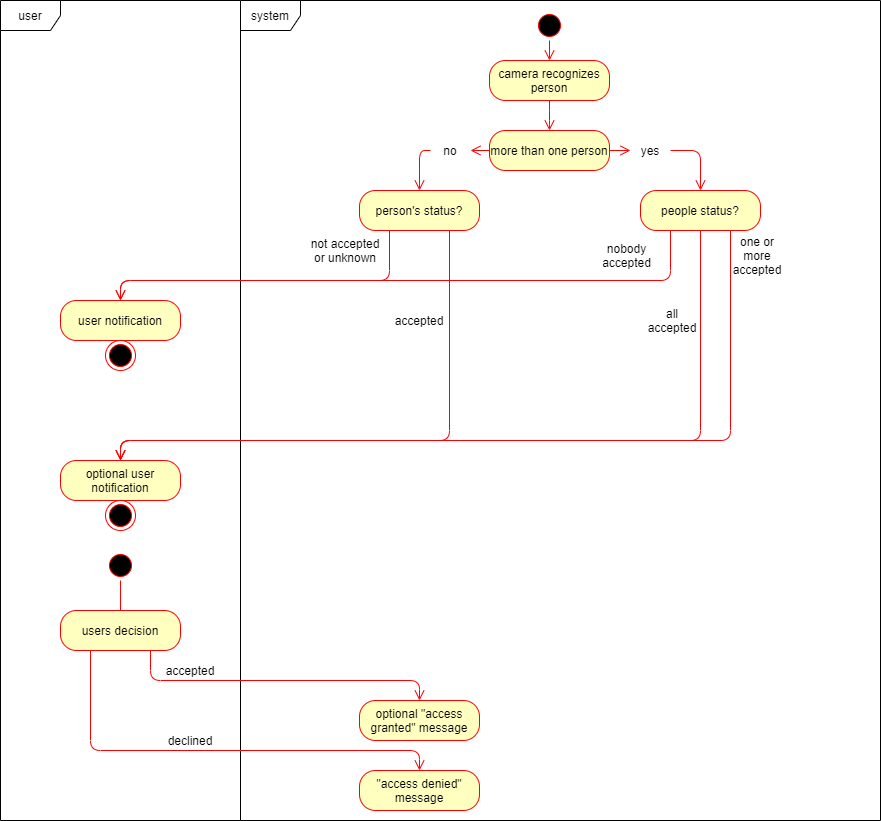
Earlier version of the draw.io export GuestVisitsActivityDiagram.png (mymanu/Camera-Observation-Tool-Documentation). Source tidied: cells renumbered, new cells last; positions are measured from the earlier drawing's top-left corner, leaving out a move shared by most shapes.
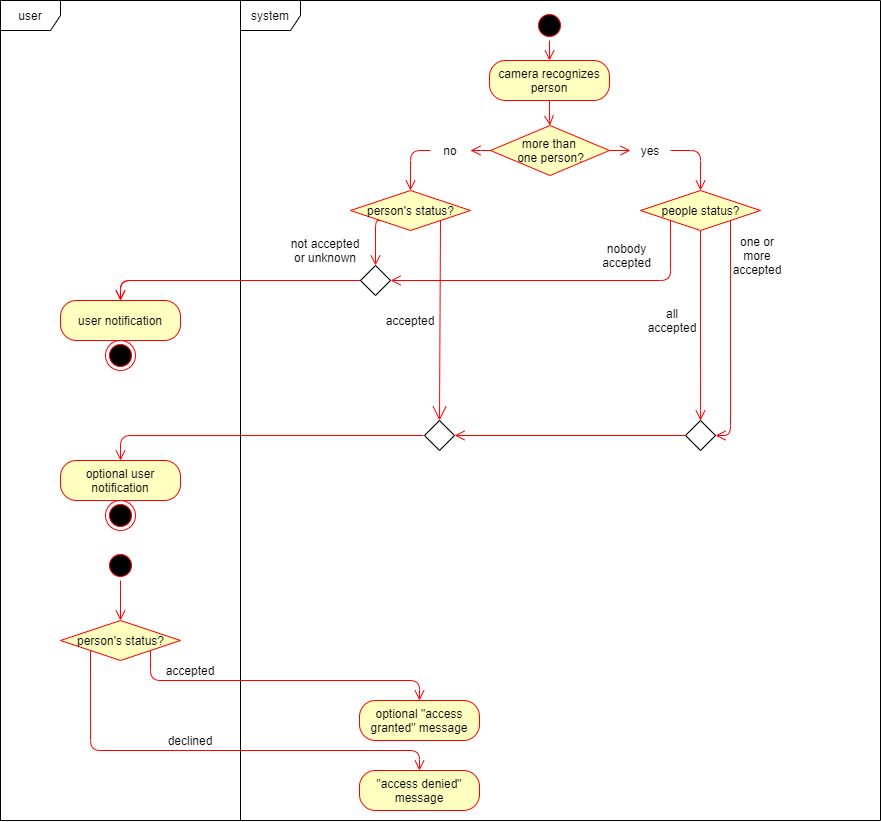
Later version of the same file.

Diff of the diagram source:
```diff
@@ -25,23 +25,22 @@
         </Array>
       </mxGeometry>
     </mxCell>
-    <mxCell id="8" value="more than one person" style="rounded=1;whiteSpace=wrap;html=1;arcSize=40;fontColor=#000000;fillColor=#ffffc0;strokeColor=#ff0000;" parent="1" vertex="1">
-      <mxGeometry x="489" y="130" width="120" height="40" as="geometry" />
+    <mxCell id="8" value="more than &lt;br&gt;one person?" style="rhombus;fontFamily=Helvetica;fontSize=12;fontColor=#000000;align=center;strokeColor=#ff0000;fillColor=#ffffc0;html=1;" parent="1" vertex="1">
+      <mxGeometry x="490" y="125" width="119" height="50" as="geometry" />
     </mxCell>
     <mxCell id="9" style="edgeStyle=orthogonalEdgeStyle;html=1;verticalAlign=bottom;endArrow=open;endSize=8;strokeColor=#ff0000;entryX=0.5;entryY=0;entryDx=0;entryDy=0;exitX=0;exitY=0.5;exitDx=0;exitDy=0;" parent="1" edge="1" source="4" target="10">
       <mxGeometry relative="1" as="geometry">
         <Array as="points">
-          <mxPoint x="419" y="150" />
+          <mxPoint x="410" y="150" />
         </Array>
       </mxGeometry>
     </mxCell>
-    <mxCell id="10" value="person's status?" style="rounded=1;whiteSpace=wrap;html=1;arcSize=40;fontColor=#000000;fillColor=#ffffc0;strokeColor=#ff0000;" parent="1" vertex="1">
-      <mxGeometry x="359" y="190" width="120" height="40" as="geometry" />
+    <mxCell id="10" value="person's status?" style="rhombus;fontFamily=Helvetica;fontSize=12;fontColor=#000000;align=center;strokeColor=#ff0000;fillColor=#ffffc0;html=1;" parent="1" vertex="1">
+      <mxGeometry x="350" y="190" width="120" height="40" as="geometry" />
     </mxCell>
-    <mxCell id="11" style="edgeStyle=orthogonalEdgeStyle;html=1;verticalAlign=bottom;endArrow=open;endSize=8;strokeColor=#ff0000;exitX=0.25;exitY=1;exitDx=0;exitDy=0;entryX=0.5;entryY=0;entryDx=0;entryDy=0;" parent="1" edge="1" source="10" target="18">
+    <mxCell id="11" style="edgeStyle=orthogonalEdgeStyle;html=1;verticalAlign=bottom;endArrow=open;endSize=8;strokeColor=#ff0000;exitX=0.25;exitY=1;exitDx=0;exitDy=0;entryX=0.5;entryY=0;entryDx=0;entryDy=0;" parent="1" edge="1" source="41" target="18">
       <mxGeometry relative="1" as="geometry">
         <Array as="points">
-          <mxPoint x="389" y="280" />
           <mxPoint x="120" y="280" />
         </Array>
       </mxGeometry>
@@ -52,9 +51,6 @@
     <mxCell id="13" style="edgeStyle=orthogonalEdgeStyle;html=1;verticalAlign=bottom;endArrow=open;endSize=8;strokeColor=#ff0000;entryX=0.5;entryY=0;entryDx=0;entryDy=0;" parent="1" edge="1" source="12" target="6">
       <mxGeometry relative="1" as="geometry" />
     </mxCell>
-    <mxCell id="14" value="people status?" style="rounded=1;whiteSpace=wrap;html=1;arcSize=40;fontColor=#000000;fillColor=#ffffc0;strokeColor=#ff0000;" parent="1" vertex="1">
-      <mxGeometry x="640" y="190" width="120" height="40" as="geometry" />
-    </mxCell>
     <mxCell id="15" style="edgeStyle=orthogonalEdgeStyle;html=1;verticalAlign=bottom;endArrow=open;endSize=8;strokeColor=#ff0000;exitX=0;exitY=0.5;exitDx=0;exitDy=0;entryX=1;entryY=0.5;entryDx=0;entryDy=0;" parent="1" edge="1" source="8" target="4">
       <mxGeometry relative="1" as="geometry">
         <Array as="points">
@@ -68,8 +64,9 @@
         <mxPoint x="630" y="150" as="targetPoint" />
       </mxGeometry>
     </mxCell>
-    <mxCell id="17" style="edgeStyle=orthogonalEdgeStyle;html=1;verticalAlign=bottom;endArrow=open;endSize=8;strokeColor=#ff0000;exitX=1;exitY=0.5;exitDx=0;exitDy=0;entryX=0.5;entryY=0;entryDx=0;entryDy=0;" parent="1" edge="1" source="5" target="14">
+    <mxCell id="17" style="edgeStyle=orthogonalEdgeStyle;html=1;verticalAlign=bottom;endArrow=open;endSize=8;strokeColor=#ff0000;exitX=1;exitY=0.5;exitDx=0;exitDy=0;entryX=0.5;entryY=0;entryDx=0;entryDy=0;" parent="1" edge="1" source="5">
       <mxGeometry relative="1" as="geometry">
+        <mxPoint x="700" y="190" as="targetPoint" />
         <Array as="points">
           <mxPoint x="700" y="150" />
         </Array>
@@ -81,40 +78,23 @@
     <mxCell id="19" value="optional user notification" style="rounded=1;whiteSpace=wrap;html=1;arcSize=40;fontColor=#000000;fillColor=#ffffc0;strokeColor=#ff0000;" parent="1" vertex="1">
       <mxGeometry x="60" y="460" width="120" height="40" as="geometry" />
     </mxCell>
-    <mxCell id="20" style="edgeStyle=orthogonalEdgeStyle;html=1;verticalAlign=bottom;endArrow=open;endSize=8;strokeColor=#ff0000;entryX=0.5;entryY=0;entryDx=0;entryDy=0;exitX=0.75;exitY=1;exitDx=0;exitDy=0;" parent="1" edge="1" source="10" target="19">
-      <mxGeometry relative="1" as="geometry">
-        <Array as="points">
-          <mxPoint x="449" y="440" />
-          <mxPoint x="120" y="440" />
-        </Array>
-      </mxGeometry>
-    </mxCell>
-    <mxCell id="21" style="edgeStyle=orthogonalEdgeStyle;html=1;verticalAlign=bottom;endArrow=open;endSize=8;strokeColor=#ff0000;exitX=0.25;exitY=1;exitDx=0;exitDy=0;" parent="1" edge="1" source="14">
+    <mxCell id="21" style="edgeStyle=orthogonalEdgeStyle;html=1;verticalAlign=bottom;endArrow=open;endSize=8;strokeColor=#ff0000;exitX=0.25;exitY=1;exitDx=0;exitDy=0;" parent="1" edge="1" source="41">
       <mxGeometry relative="1" as="geometry">
         <mxPoint x="120" y="300" as="targetPoint" />
         <Array as="points">
-          <mxPoint x="670" y="280" />
           <mxPoint x="120" y="280" />
         </Array>
       </mxGeometry>
     </mxCell>
-    <mxCell id="22" style="edgeStyle=orthogonalEdgeStyle;html=1;verticalAlign=bottom;endArrow=open;endSize=8;strokeColor=#ff0000;exitX=0.5;exitY=1;exitDx=0;exitDy=0;entryX=0.5;entryY=0;entryDx=0;entryDy=0;" parent="1" edge="1" source="14" target="19">
+    <mxCell id="22" style="edgeStyle=orthogonalEdgeStyle;html=1;verticalAlign=bottom;endArrow=open;endSize=8;strokeColor=#ff0000;exitX=0.5;exitY=1;exitDx=0;exitDy=0;entryX=0.5;entryY=0;entryDx=0;entryDy=0;" parent="1" edge="1" target="43">
       <mxGeometry relative="1" as="geometry">
+        <mxPoint x="700" y="230" as="sourcePoint" />
         <Array as="points">
-          <mxPoint x="700" y="440" />
-          <mxPoint x="120" y="440" />
+          <mxPoint x="700" y="420" />
+          <mxPoint x="700" y="420" />
         </Array>
       </mxGeometry>
     </mxCell>
-    <mxCell id="23" style="edgeStyle=orthogonalEdgeStyle;html=1;verticalAlign=bottom;endArrow=open;endSize=8;strokeColor=#ff0000;exitX=0.75;exitY=1;exitDx=0;exitDy=0;" parent="1" edge="1" source="14">
-      <mxGeometry relative="1" as="geometry">
-        <mxPoint x="120" y="460" as="targetPoint" />
-        <Array as="points">
-          <mxPoint x="730" y="440" />
-          <mxPoint x="120" y="440" />
-        </Array>
-      </mxGeometry>
-    </mxCell>
     <mxCell id="24" value="all accepted" style="text;html=1;strokeColor=none;fillColor=none;align=center;verticalAlign=middle;whiteSpace=wrap;rounded=0;" parent="1" vertex="1">
       <mxGeometry x="646.5" y="305" width="50" height="30" as="geometry" />
     </mxCell>
@@ -125,10 +105,10 @@
       <mxGeometry x="724" y="235" width="66" height="40" as="geometry" />
     </mxCell>
     <mxCell id="27" value="accepted" style="text;html=1;strokeColor=none;fillColor=none;align=center;verticalAlign=middle;whiteSpace=wrap;rounded=0;" parent="1" vertex="1">
-      <mxGeometry x="399" y="310" width="40" height="20" as="geometry" />
+      <mxGeometry x="390" y="310" width="40" height="20" as="geometry" />
     </mxCell>
     <mxCell id="28" value="not accepted&lt;br&gt;or unknown" style="text;html=1;strokeColor=none;fillColor=none;align=center;verticalAlign=middle;whiteSpace=wrap;rounded=0;" parent="1" vertex="1">
-      <mxGeometry x="300" y="235" width="90" height="30" as="geometry" />
+      <mxGeometry x="280" y="235" width="90" height="30" as="geometry" />
     </mxCell>
     <mxCell id="29" style="ellipse;html=1;shape=endState;fillColor=#000000;strokeColor=#ff0000;" parent="1" vertex="1">
       <mxGeometry x="105" y="340" width="30" height="30" as="geometry" />
@@ -139,7 +119,7 @@
     <mxCell id="31" style="ellipse;html=1;shape=startState;fillColor=#000000;strokeColor=#ff0000;" parent="1" vertex="1">
       <mxGeometry x="105" y="550" width="30" height="30" as="geometry" />
     </mxCell>
-    <mxCell id="32" style="edgeStyle=orthogonalEdgeStyle;html=1;verticalAlign=bottom;endArrow=open;endSize=8;strokeColor=#ff0000;" parent="1" edge="1" source="31">
+    <mxCell id="32" style="edgeStyle=orthogonalEdgeStyle;html=1;verticalAlign=bottom;endArrow=open;endSize=8;strokeColor=#ff0000;" parent="1" edge="1" source="49">
       <mxGeometry relative="1" as="geometry">
         <mxPoint x="120" y="650" as="targetPoint" />
         <Array as="points">
@@ -148,11 +128,9 @@
         </Array>
       </mxGeometry>
     </mxCell>
-    <mxCell id="33" value="users decision" style="rounded=1;whiteSpace=wrap;html=1;arcSize=40;fontColor=#000000;fillColor=#ffffc0;strokeColor=#ff0000;" parent="1" vertex="1">
-      <mxGeometry x="60" y="610" width="120" height="40" as="geometry" />
-    </mxCell>
-    <mxCell id="34" style="edgeStyle=orthogonalEdgeStyle;html=1;verticalAlign=bottom;endArrow=open;endSize=8;strokeColor=#ff0000;exitX=0.25;exitY=1;exitDx=0;exitDy=0;" parent="1" edge="1" source="33" target="35">
+    <mxCell id="34" style="edgeStyle=orthogonalEdgeStyle;html=1;verticalAlign=bottom;endArrow=open;endSize=8;strokeColor=#ff0000;exitX=0.25;exitY=1;exitDx=0;exitDy=0;" parent="1" edge="1" target="35">
       <mxGeometry relative="1" as="geometry">
+        <mxPoint x="90" y="650" as="sourcePoint" />
         <Array as="points">
           <mxPoint x="90" y="750" />
           <mxPoint x="419" y="750" />
@@ -162,8 +140,9 @@
     <mxCell id="35" value="&quot;access denied&quot; message" style="rounded=1;whiteSpace=wrap;html=1;arcSize=40;fontColor=#000000;fillColor=#ffffc0;strokeColor=#ff0000;" parent="1" vertex="1">
       <mxGeometry x="359" y="770" width="120" height="40" as="geometry" />
     </mxCell>
-    <mxCell id="36" style="edgeStyle=orthogonalEdgeStyle;html=1;verticalAlign=bottom;endArrow=open;endSize=8;strokeColor=#ff0000;exitX=0.75;exitY=1;exitDx=0;exitDy=0;entryX=0.5;entryY=0;entryDx=0;entryDy=0;" parent="1" edge="1" source="33" target="37">
+    <mxCell id="36" style="edgeStyle=orthogonalEdgeStyle;html=1;verticalAlign=bottom;endArrow=open;endSize=8;strokeColor=#ff0000;exitX=0.75;exitY=1;exitDx=0;exitDy=0;entryX=0.5;entryY=0;entryDx=0;entryDy=0;" parent="1" edge="1" target="37">
       <mxGeometry relative="1" as="geometry">
+        <mxPoint x="150" y="650" as="sourcePoint" />
         <Array as="points">
           <mxPoint x="150" y="680" />
           <mxPoint x="419" y="680" />
@@ -179,5 +158,58 @@
     <mxCell id="39" value="declined" style="text;html=1;strokeColor=none;fillColor=none;align=center;verticalAlign=middle;whiteSpace=wrap;rounded=0;" parent="1" vertex="1">
       <mxGeometry x="170" y="730" width="40" height="20" as="geometry" />
     </mxCell>
+    <mxCell id="40" style="edgeStyle=orthogonalEdgeStyle;html=1;verticalAlign=bottom;endArrow=open;endSize=8;strokeColor=#ff0000;exitX=0;exitY=1;exitDx=0;exitDy=0;" parent="1" edge="1" source="14" target="41">
+      <mxGeometry relative="1" as="geometry">
+        <Array as="points">
+          <mxPoint x="670" y="280" />
+        </Array>
+      </mxGeometry>
+    </mxCell>
+    <mxCell id="41" style="rhombus;" parent="1" vertex="1">
+      <mxGeometry x="360" y="265" width="30" height="30" as="geometry" />
+    </mxCell>
+    <mxCell id="42" style="edgeStyle=orthogonalEdgeStyle;html=1;verticalAlign=bottom;endArrow=open;endSize=8;strokeColor=#ff0000;entryX=0.5;entryY=0;entryDx=0;entryDy=0;exitX=0;exitY=1;exitDx=0;exitDy=0;" parent="1" edge="1" source="10" target="41">
+      <mxGeometry relative="1" as="geometry">
+        <Array as="points">
+          <mxPoint x="375" y="220" />
+        </Array>
+      </mxGeometry>
+    </mxCell>
+    <mxCell id="43" style="rhombus;" parent="1" vertex="1">
+      <mxGeometry x="685" y="420" width="30" height="30" as="geometry" />
+    </mxCell>
+    <mxCell id="44" style="edgeStyle=orthogonalEdgeStyle;html=1;verticalAlign=bottom;endArrow=open;endSize=8;strokeColor=#ff0000;exitX=1;exitY=1;exitDx=0;exitDy=0;entryX=1;entryY=0.5;entryDx=0;entryDy=0;" parent="1" edge="1" source="14" target="43">
+      <mxGeometry relative="1" as="geometry">
+        <Array as="points">
+          <mxPoint x="730" y="435" />
+        </Array>
+      </mxGeometry>
+    </mxCell>
+    <mxCell id="45" style="edgeStyle=orthogonalEdgeStyle;html=1;verticalAlign=bottom;endArrow=open;endSize=8;strokeColor=#ff0000;entryX=1;entryY=0.5;entryDx=0;entryDy=0;exitX=0;exitY=0.5;exitDx=0;exitDy=0;" parent="1" edge="1" source="43" target="47">
+      <mxGeometry relative="1" as="geometry" />
+    </mxCell>
+    <mxCell id="46" style="edgeStyle=orthogonalEdgeStyle;html=1;verticalAlign=bottom;endArrow=open;endSize=8;strokeColor=#ff0000;exitX=0;exitY=0.5;exitDx=0;exitDy=0;entryX=0.5;entryY=0;entryDx=0;entryDy=0;" parent="1" edge="1" target="19">
+      <mxGeometry relative="1" as="geometry">
+        <mxPoint x="423" y="435" as="sourcePoint" />
+        <Array as="points">
+          <mxPoint x="120" y="435" />
+        </Array>
+      </mxGeometry>
+    </mxCell>
+    <mxCell id="47" style="rhombus;" parent="1" vertex="1">
+      <mxGeometry x="424" y="420" width="30" height="30" as="geometry" />
+    </mxCell>
+    <mxCell id="48" style="endArrow=open;endFill=1;endSize=12;html=1;strokeColor=#FF0000;exitX=1;exitY=1;exitDx=0;exitDy=0;entryX=0.5;entryY=0;entryDx=0;entryDy=0;" parent="1" edge="1" source="10" target="47">
+      <mxGeometry relative="1" as="geometry" />
+    </mxCell>
+    <mxCell id="14" value="people status?" style="rhombus;fontFamily=Helvetica;fontSize=12;fontColor=#000000;align=center;strokeColor=#ff0000;fillColor=#ffffc0;html=1;" parent="1" vertex="1">
+      <mxGeometry x="640" y="190" width="120" height="40" as="geometry" />
+    </mxCell>
+    <mxCell id="49" value="person's status?" style="rhombus;fontFamily=Helvetica;fontSize=12;fontColor=#000000;align=center;strokeColor=#ff0000;fillColor=#ffffc0;html=1;" parent="1" vertex="1">
+      <mxGeometry x="60" y="620" width="120" height="40" as="geometry" />
+    </mxCell>
+    <mxCell id="50" style="edgeStyle=orthogonalEdgeStyle;html=1;verticalAlign=bottom;endArrow=open;endSize=8;strokeColor=#ff0000;" parent="1" edge="1" source="31" target="49">
+      <mxGeometry relative="1" as="geometry" />
+    </mxCell>
   </root>
 </mxGraphModel>
```
